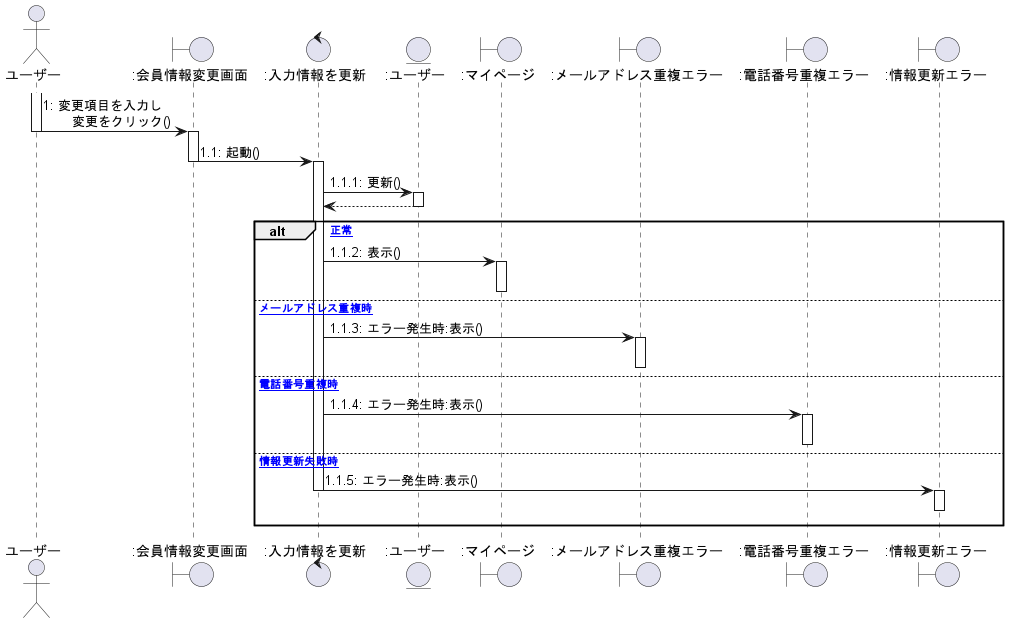
This is out/user1_sequence/登録情報変更.png from ksw2270227/GroupF, a PlantUML export, as it was before one commit. Source of this version:
```plantuml
@startuml 登録情報変更

actor ユーザー as 0
Boundary ":会員情報変更画面" as a
Control ":入力情報を更新" as b
Entity ":ユーザー" as c
Boundary ":マイページ" as d
Boundary ":メールアドレス重複エラー" as e
Boundary ":電話番号重複エラー" as f
Boundary ":情報更新エラー" as g

activate 0
    0 -> a :1: 変更項目を入力し\n  　  変更をクリック()
deactivate 0
activate a
    a -> b :1.1: 起動()
deactivate a
activate b
    b -> c :1.1.1: 更新()
activate c
    b <-- c
deactivate c
alt [正常]
    b -> d :1.1.2: 表示()
activate d
deactivate d
else [メールアドレス重複時]
    b -> e :1.1.3: エラー発生時:表示()
activate e
deactivate e
else [電話番号重複時]
    b -> f :1.1.4: エラー発生時:表示()
activate f
deactivate f
else [情報更新失敗時]
    b -> g :1.1.5: エラー発生時:表示()
deactivate b
activate g
g -[hidden]-> g
deactivate g
end

@enduml
```
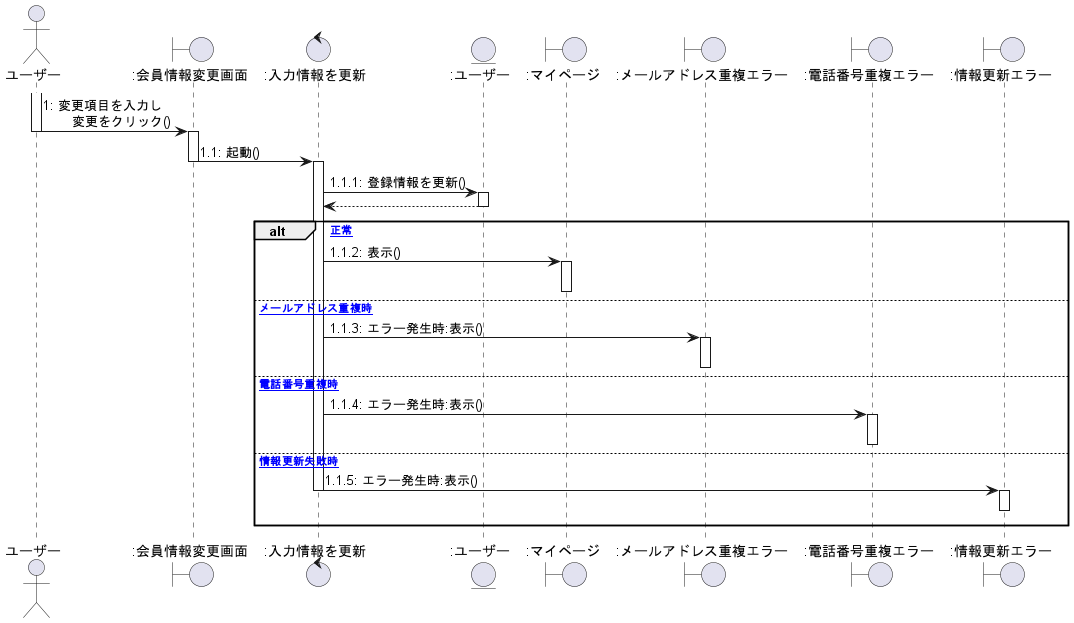
Later version of the same file.

The edit, as a diff of the source:
```diff
@@ -16,7 +16,7 @@
     a -> b :1.1: 起動()
 deactivate a
 activate b
-    b -> c :1.1.1: 更新()
+    b -> c :1.1.1: 登録情報を更新()
 activate c
     b <-- c
 deactivate c
```
